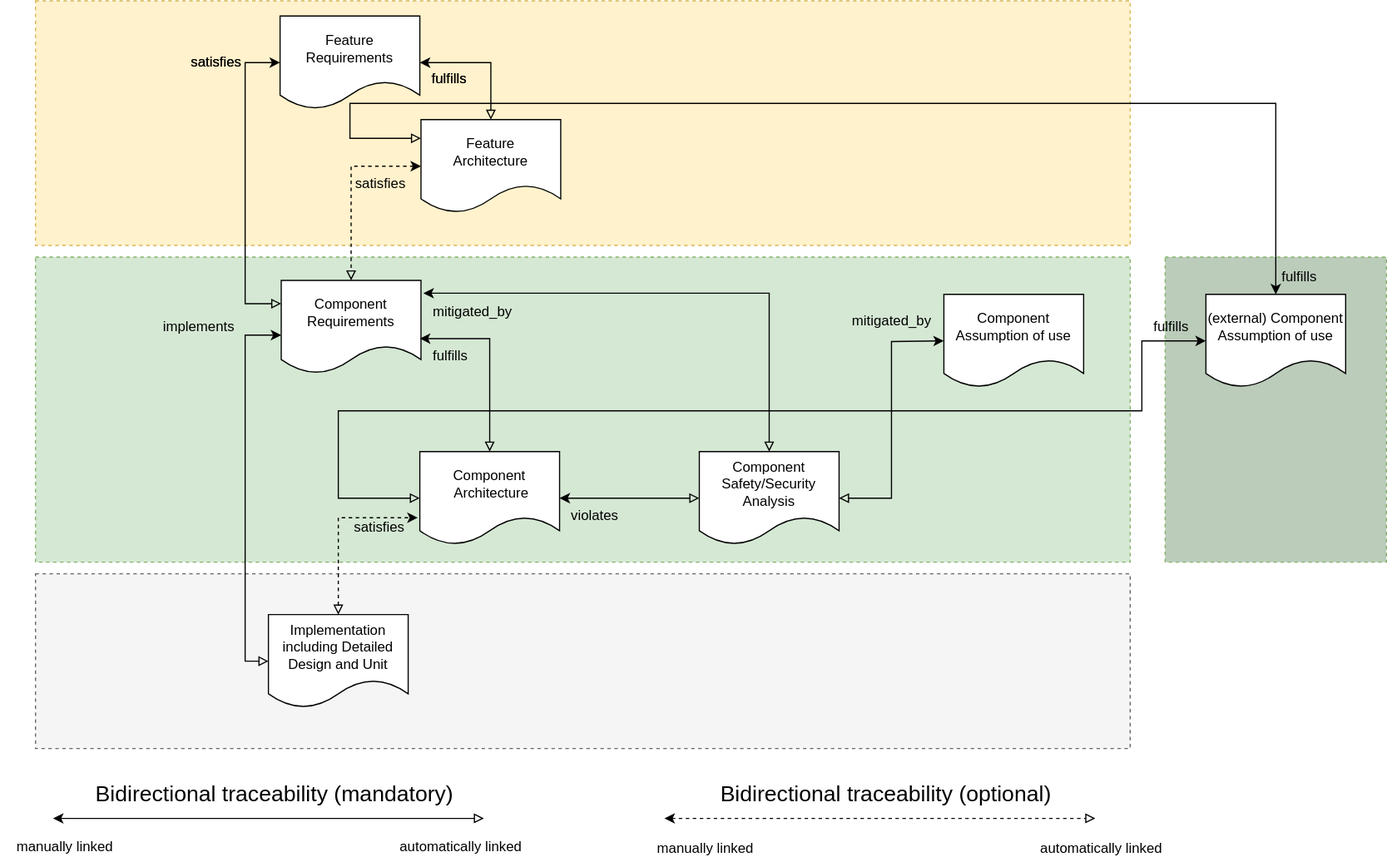
Before: main/_images/score_traceability_model_cmp_overview_1.drawio.svg, a diagram exported from draw.io (esrlabs/score_reference_integration). Source tidied: cells renumbered, new cells last; positions are measured from the earlier drawing's top-left corner, leaving out a move shared by most shapes.
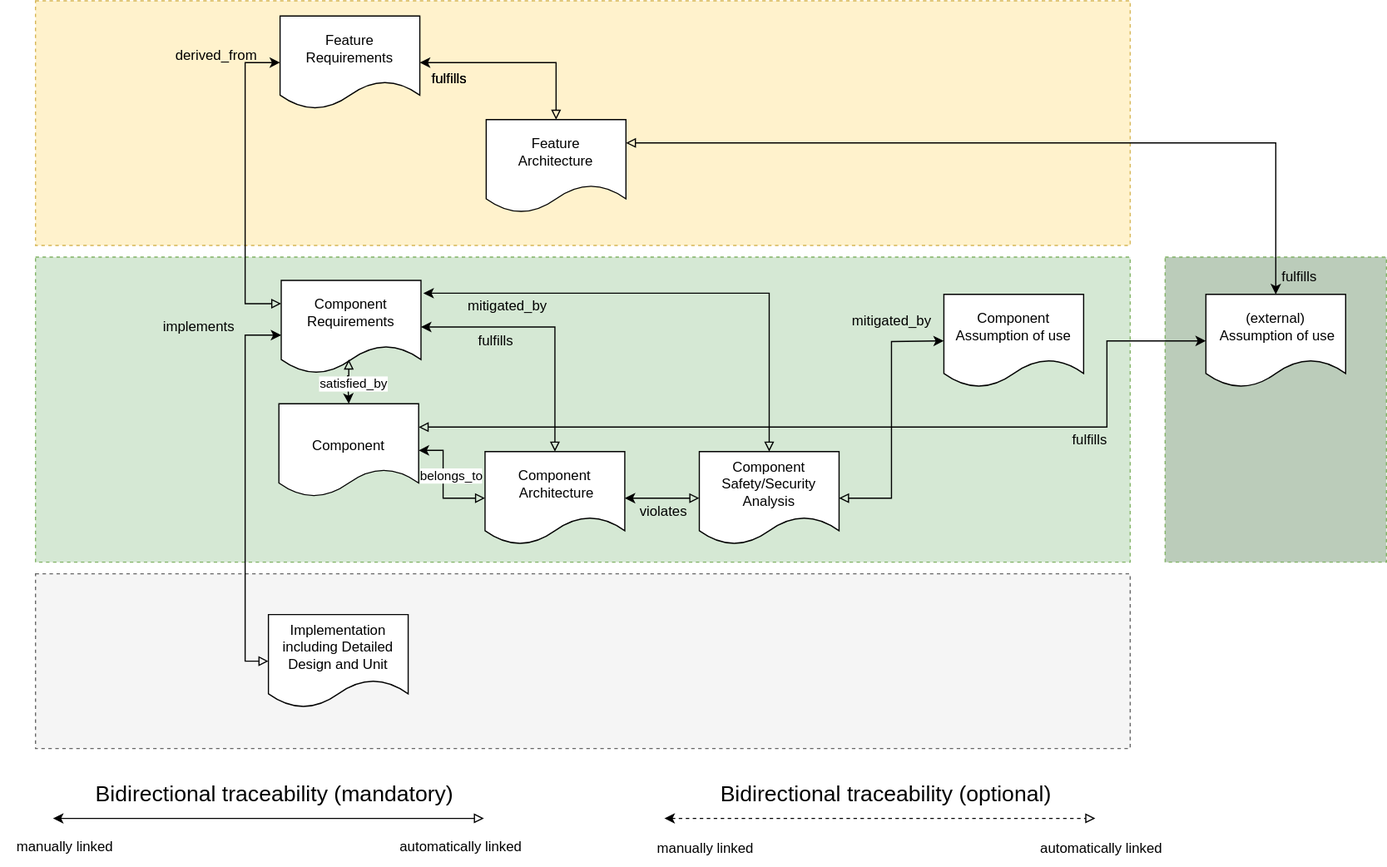
Later version of the same file.

The edit, as a diff of the source:
```diff
@@ -33,7 +33,7 @@
       <mxGeometry x="241" y="240" width="120" height="80" as="geometry" />
     </mxCell>
     <mxCell id="9" value="&lt;br&gt;&lt;br&gt;Component&lt;br&gt;&amp;nbsp;Architecture&lt;br&gt;&lt;br&gt;&lt;br&gt;" style="shape=document;whiteSpace=wrap;html=1;boundedLbl=1;" parent="1" vertex="1">
-      <mxGeometry x="360" y="387" width="120" height="80" as="geometry" />
+      <mxGeometry x="416" y="387" width="120" height="80" as="geometry" />
     </mxCell>
     <mxCell id="10" style="edgeStyle=orthogonalEdgeStyle;rounded=0;jettySize=auto;html=1;entryX=1;entryY=0.5;entryDx=0;entryDy=0;exitX=0.5;exitY=0;exitDx=0;exitDy=0;startArrow=block;startFill=0;" parent="1" edge="1" source="15" target="5">
       <mxGeometry relative="1" as="geometry" />
@@ -49,11 +49,8 @@
         <mxPoint x="810" y="292" as="sourcePoint" />
       </mxGeometry>
     </mxCell>
-    <mxCell id="14" style="edgeStyle=orthogonalEdgeStyle;rounded=0;jettySize=auto;html=1;entryX=0.5;entryY=0;entryDx=0;entryDy=0;startArrow=classic;startFill=1;exitX=0;exitY=0.5;exitDx=0;exitDy=0;dashed=1;endArrow=block;endFill=0;" parent="1" edge="1" source="15" target="8">
-      <mxGeometry relative="1" as="geometry" />
-    </mxCell>
     <mxCell id="15" value="Feature&lt;br&gt;Architecture" style="shape=document;whiteSpace=wrap;html=1;boundedLbl=1;" parent="1" vertex="1">
-      <mxGeometry x="361" y="102" width="120" height="80" as="geometry" />
+      <mxGeometry x="417" y="102" width="120" height="80" as="geometry" />
     </mxCell>
     <mxCell id="16" value="&lt;div style=&quot;font-family: Consolas, &amp;quot;Courier New&amp;quot;, monospace; line-height: 19px;&quot;&gt;&lt;br&gt;&lt;/div&gt;" style="text;html=1;align=center;verticalAlign=middle;strokeColor=none;fillColor=none;fontSize=6;fontColor=#000000;" parent="1" vertex="1">
       <mxGeometry x="285" y="48" width="20" height="30" as="geometry" />
@@ -61,27 +58,22 @@
     <mxCell id="17" style="rounded=0;whiteSpace=wrap;html=1;dashed=1;fillColor=#BBCCBA;strokeColor=#82b366;" parent="1" vertex="1">
       <mxGeometry x="1000" y="220" width="190" height="262" as="geometry" />
     </mxCell>
-    <mxCell id="18" style="edgeStyle=orthogonalEdgeStyle;rounded=0;orthogonalLoop=1;jettySize=auto;html=1;entryX=0;entryY=0.25;entryDx=0;entryDy=0;fontSize=19;startArrow=classic;startFill=1;endArrow=block;endFill=0;" parent="1" edge="1">
+    <mxCell id="18" style="edgeStyle=orthogonalEdgeStyle;rounded=0;jettySize=auto;html=1;entryX=1;entryY=0.25;entryDx=0;entryDy=0;fontSize=19;startArrow=classic;startFill=1;endArrow=block;endFill=0;" parent="1" edge="1" target="15">
       <mxGeometry relative="1" as="geometry">
         <mxPoint x="1095" y="252" as="sourcePoint" />
-        <mxPoint x="361" y="118" as="targetPoint" />
         <Array as="points">
-          <mxPoint x="1095" y="88" />
-          <mxPoint x="300" y="88" />
-          <mxPoint x="300" y="118" />
+          <mxPoint x="1095" y="122" />
         </Array>
       </mxGeometry>
     </mxCell>
-    <mxCell id="19" value="(external) Component Assumption of use" style="shape=document;whiteSpace=wrap;html=1;boundedLbl=1;" parent="1" vertex="1">
+    <mxCell id="19" value="(external)&lt;br&gt;&amp;nbsp;Assumption of use" style="shape=document;whiteSpace=wrap;html=1;boundedLbl=1;" parent="1" vertex="1">
       <mxGeometry x="1035" y="252" width="120" height="80" as="geometry" />
     </mxCell>
-    <mxCell id="20" style="edgeStyle=orthogonalEdgeStyle;rounded=0;jettySize=auto;html=1;exitX=0;exitY=0.5;exitDx=0;exitDy=0;startArrow=block;startFill=0;entryX=0;entryY=0.5;entryDx=0;entryDy=0;" parent="1" edge="1" source="9" target="19">
+    <mxCell id="20" style="edgeStyle=orthogonalEdgeStyle;rounded=0;jettySize=auto;html=1;startArrow=block;startFill=0;entryX=0;entryY=0.5;entryDx=0;entryDy=0;exitX=1;exitY=0.25;exitDx=0;exitDy=0;" parent="1" edge="1" source="48" target="19">
       <mxGeometry relative="1" as="geometry">
         <Array as="points">
-          <mxPoint x="290" y="427" />
-          <mxPoint x="290" y="352" />
-          <mxPoint x="980" y="352" />
-          <mxPoint x="980" y="292" />
+          <mxPoint x="950" y="366" />
+          <mxPoint x="950" y="292" />
         </Array>
       </mxGeometry>
     </mxCell>
@@ -91,23 +83,22 @@
     <mxCell id="22" style="edgeStyle=orthogonalEdgeStyle;rounded=0;jettySize=auto;html=1;startArrow=block;startFill=0;exitX=0;exitY=0.5;exitDx=0;exitDy=0;entryX=0;entryY=0.588;entryDx=0;entryDy=0;entryPerimeter=0;endArrow=classic;endFill=1;" parent="1" edge="1" source="24" target="8">
       <mxGeometry relative="1" as="geometry" />
     </mxCell>
-    <mxCell id="23" style="edgeStyle=orthogonalEdgeStyle;rounded=0;jettySize=auto;html=1;entryX=-0.015;entryY=0.71;entryDx=0;entryDy=0;exitX=0.5;exitY=0;exitDx=0;exitDy=0;startArrow=block;startFill=0;entryPerimeter=0;dashed=1;" parent="1" edge="1" source="24" target="9">
-      <mxGeometry x="0.31" relative="1" as="geometry">
-        <Array as="points">
-          <mxPoint x="290" y="444" />
-        </Array>
-      </mxGeometry>
-    </mxCell>
     <mxCell id="24" value="Implementation&lt;br&gt;including Detailed Design and Unit" style="shape=document;whiteSpace=wrap;html=1;boundedLbl=1;" parent="1" vertex="1">
       <mxGeometry x="230" y="527" width="120" height="80" as="geometry" />
     </mxCell>
-    <mxCell id="25" style="edgeStyle=orthogonalEdgeStyle;rounded=0;jettySize=auto;html=1;entryX=0.992;entryY=0.625;entryDx=0;entryDy=0;entryPerimeter=0;exitX=0.5;exitY=0;exitDx=0;exitDy=0;startArrow=block;startFill=0;" parent="1" edge="1" source="9" target="8">
+    <mxCell id="25" style="edgeStyle=orthogonalEdgeStyle;rounded=0;jettySize=auto;html=1;entryX=1;entryY=0.5;entryDx=0;entryDy=0;exitX=0;exitY=0.5;exitDx=0;exitDy=0;startArrow=block;startFill=0;" parent="1" edge="1" source="9" target="48">
       <mxGeometry relative="1" as="geometry">
         <Array as="points">
-          <mxPoint x="420" y="290" />
+          <mxPoint x="380" y="427" />
+          <mxPoint x="380" y="386" />
         </Array>
       </mxGeometry>
     </mxCell>
+    <mxCell id="47" value="belongs_to" style="edgeLabel;html=1;align=center;verticalAlign=middle;" parent="25" vertex="1">
+      <mxGeometry x="0.14" y="1" relative="1" as="geometry">
+        <mxPoint x="7" as="offset" />
+      </mxGeometry>
+    </mxCell>
     <mxCell id="26" style="edgeStyle=orthogonalEdgeStyle;rounded=0;orthogonalLoop=1;jettySize=auto;html=1;startArrow=classic;startFill=1;endArrow=block;endFill=0;" parent="1" edge="1">
       <mxGeometry x="0.38" y="5" relative="1" as="geometry">
         <mxPoint x="45" y="702" as="sourcePoint" />
@@ -147,14 +138,8 @@
     <mxCell id="34" value="implements" style="text;html=1;align=center;verticalAlign=middle;strokeColor=none;fillColor=none;" parent="1" vertex="1">
       <mxGeometry x="130" y="265" width="80" height="30" as="geometry" />
     </mxCell>
-    <mxCell id="35" value="satisfies" style="text;html=1;align=center;verticalAlign=middle;strokeColor=none;fillColor=none;" parent="1" vertex="1">
-      <mxGeometry x="290" y="437" width="70" height="30" as="geometry" />
-    </mxCell>
-    <mxCell id="36" value="fulfills" style="text;html=1;align=center;verticalAlign=middle;strokeColor=none;fillColor=none;" parent="1" vertex="1">
-      <mxGeometry x="361" y="290" width="50" height="30" as="geometry" />
-    </mxCell>
     <mxCell id="37" value="fulfills" style="text;html=1;align=center;verticalAlign=middle;strokeColor=none;fillColor=none;" parent="1" vertex="1">
-      <mxGeometry x="980" y="265" width="50" height="30" as="geometry" />
+      <mxGeometry x="910" y="362" width="50" height="30" as="geometry" />
     </mxCell>
     <mxCell id="38" value="fulfills" style="text;html=1;align=center;verticalAlign=middle;strokeColor=none;fillColor=none;" parent="1" vertex="1">
       <mxGeometry x="1090" y="222" width="50" height="30" as="geometry" />
@@ -162,26 +147,40 @@
     <mxCell id="39" value="fulfills" style="text;html=1;align=center;verticalAlign=middle;strokeColor=none;fillColor=none;" parent="1" vertex="1">
       <mxGeometry x="360" y="52" width="50" height="30" as="geometry" />
     </mxCell>
-    <mxCell id="40" value="satisfies" style="text;html=1;align=center;verticalAlign=middle;strokeColor=none;fillColor=none;" parent="1" vertex="1">
-      <mxGeometry x="150" y="38" width="70" height="30" as="geometry" />
-    </mxCell>
-    <mxCell id="41" value="satisfies" style="text;html=1;align=center;verticalAlign=middle;strokeColor=none;fillColor=none;" parent="1" vertex="1">
-      <mxGeometry x="291" y="142" width="70" height="30" as="geometry" />
-    </mxCell>
     <mxCell id="42" value="violates" style="text;html=1;align=center;verticalAlign=middle;strokeColor=none;fillColor=none;" parent="1" vertex="1">
-      <mxGeometry x="480" y="427" width="60" height="30" as="geometry" />
+      <mxGeometry x="539" y="424" width="60" height="30" as="geometry" />
     </mxCell>
     <mxCell id="43" value="mitigated_by" style="text;html=1;align=center;verticalAlign=middle;strokeColor=none;fillColor=none;" parent="1" vertex="1">
       <mxGeometry x="720" y="260" width="90" height="30" as="geometry" />
     </mxCell>
-    <mxCell id="44" value="satisfies" style="text;html=1;align=center;verticalAlign=middle;strokeColor=none;fillColor=none;" parent="1" vertex="1">
-      <mxGeometry x="150" y="38" width="70" height="30" as="geometry" />
+    <mxCell id="44" value="derived_from" style="text;html=1;align=center;verticalAlign=middle;strokeColor=none;fillColor=none;" parent="1" vertex="1">
+      <mxGeometry x="140" y="32" width="90" height="30" as="geometry" />
     </mxCell>
     <mxCell id="45" value="fulfills" style="text;html=1;align=center;verticalAlign=middle;strokeColor=none;fillColor=none;" parent="1" vertex="1">
       <mxGeometry x="360" y="52" width="50" height="30" as="geometry" />
     </mxCell>
     <mxCell id="46" value="mitigated_by" style="text;html=1;align=center;verticalAlign=middle;strokeColor=none;fillColor=none;" parent="1" vertex="1">
-      <mxGeometry x="360" y="252" width="90" height="30" as="geometry" />
+      <mxGeometry x="390" y="247" width="90" height="30" as="geometry" />
     </mxCell>
+    <mxCell id="48" value="&lt;br&gt;&lt;br&gt;Component&lt;br&gt;&lt;br&gt;" style="shape=document;whiteSpace=wrap;html=1;boundedLbl=1;" parent="1" vertex="1">
+      <mxGeometry x="239" y="346" width="120" height="80" as="geometry" />
+    </mxCell>
+    <mxCell id="49" style="edgeStyle=orthogonalEdgeStyle;rounded=0;jettySize=auto;html=1;entryX=0.5;entryY=0;entryDx=0;entryDy=0;exitX=0.483;exitY=0.85;exitDx=0;exitDy=0;startArrow=block;startFill=0;exitPerimeter=0;" parent="1" edge="1" source="8" target="48">
+      <mxGeometry relative="1" as="geometry">
+        <Array as="points">
+          <mxPoint x="299" y="322" />
+          <mxPoint x="298" y="322" />
+        </Array>
+      </mxGeometry>
+    </mxCell>
+    <mxCell id="50" value="satisfied_by" style="edgeLabel;html=1;align=center;verticalAlign=middle;" parent="49" vertex="1">
+      <mxGeometry x="0.15" y="4" relative="1" as="geometry" />
+    </mxCell>
+    <mxCell id="51" style="edgeStyle=orthogonalEdgeStyle;rounded=0;jettySize=auto;html=1;exitX=0.5;exitY=0;exitDx=0;exitDy=0;startArrow=block;startFill=0;entryX=1;entryY=0.5;entryDx=0;entryDy=0;" parent="1" edge="1" source="9" target="8">
+      <mxGeometry relative="1" as="geometry" />
+    </mxCell>
+    <mxCell id="36" value="fulfills" style="text;html=1;align=center;verticalAlign=middle;strokeColor=none;fillColor=none;" parent="1" vertex="1">
+      <mxGeometry x="400" y="277" width="50" height="30" as="geometry" />
+    </mxCell>
   </root>
 </mxGraphModel>
```
